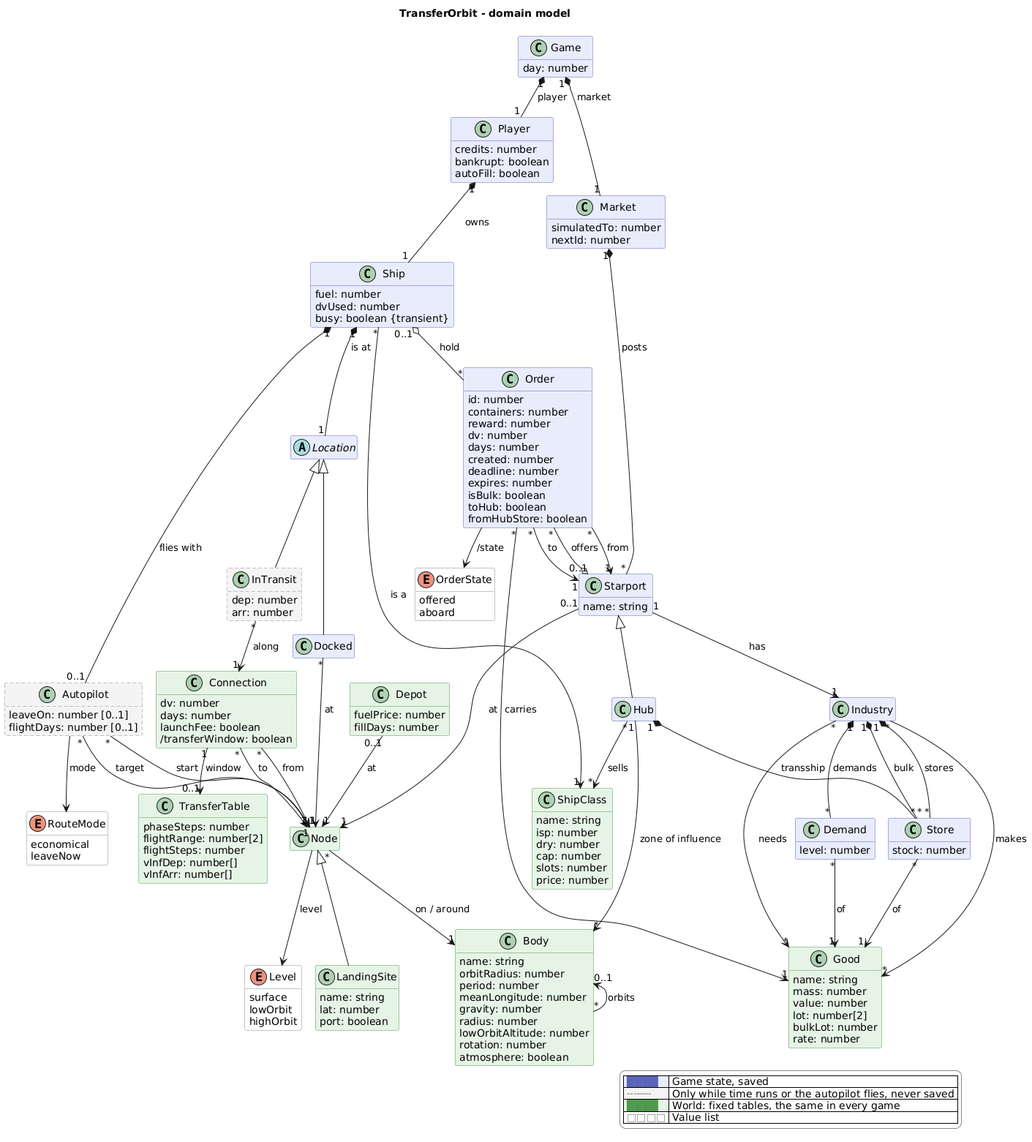
Before: docs/domain-model.png, a diagram exported from PlantUML (scuzzar/TransferOrbit).
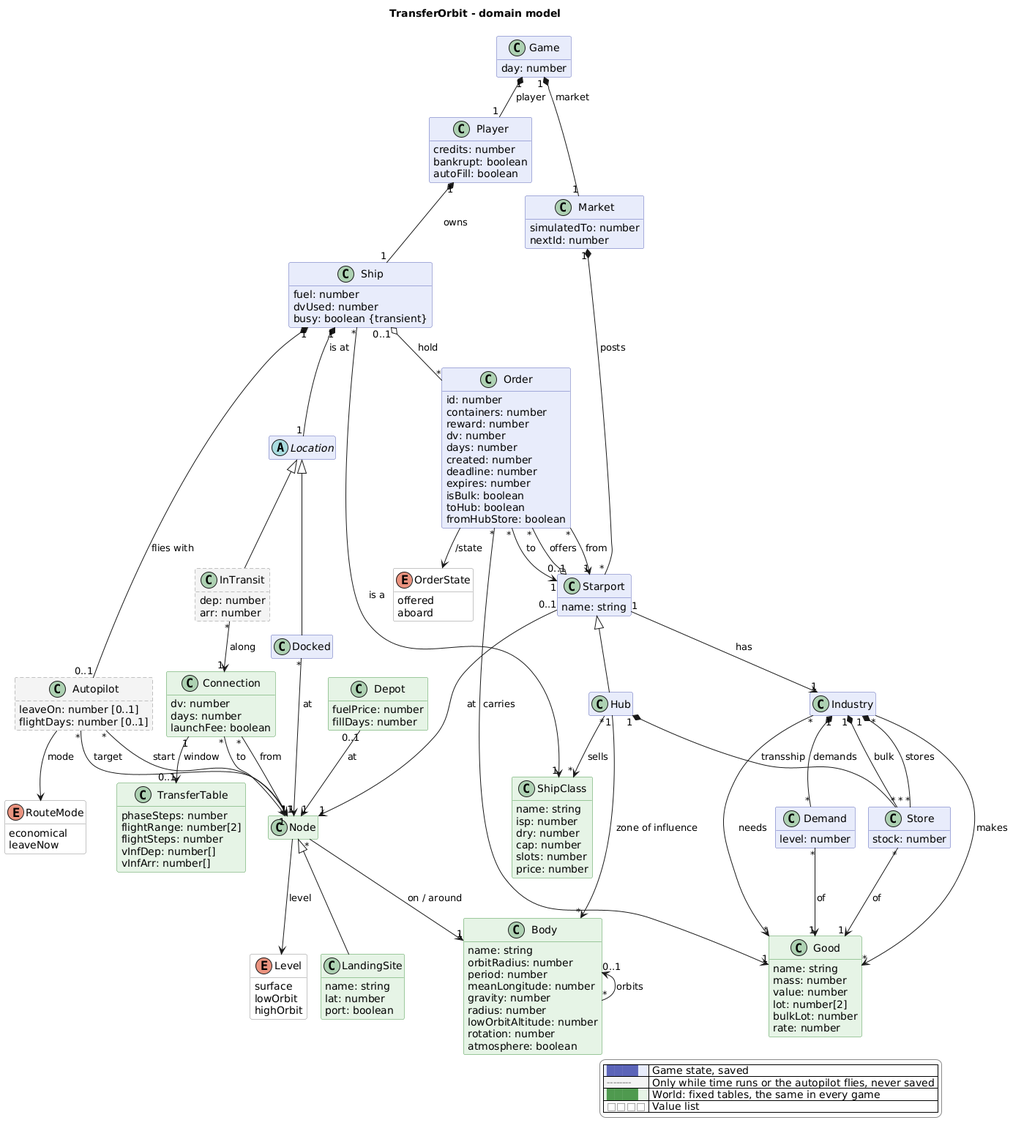
Later version of the same file.

Commit message:
Drop the transferWindow flag: the transfer table says it

A connection has a transfer window exactly when it has a transfer
table, so the model keeps no flag besides the association. The code
still carries the flag; that gap is listed.

Claude-Session: https://claude.ai/code/session_01Vn8DjarbS3Ukv585pZ4S9p

What changed in the source:
```diff
@@ -121,7 +121,6 @@
     dv: number
     days: number
     launchFee: boolean
-    /transferWindow: boolean
   }
   class TransferTable <<reference>> {
     phaseSteps: number
```
